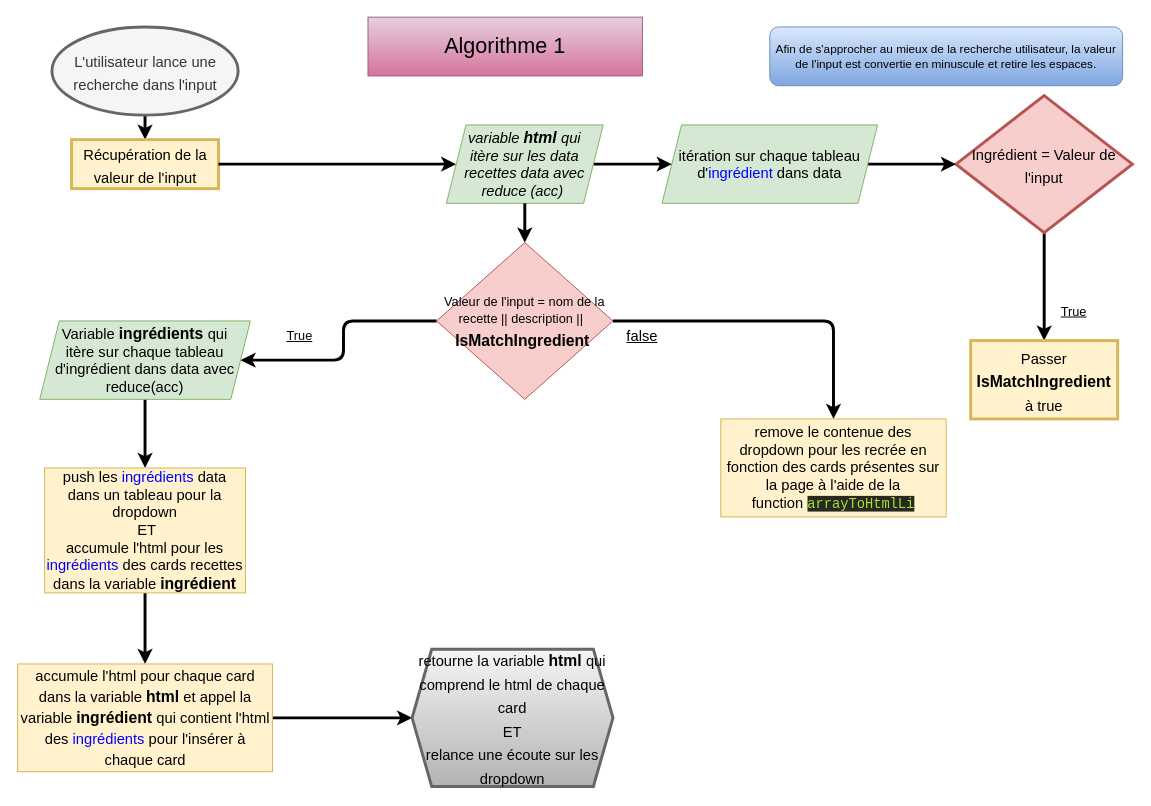
Above: page "Page-1" (1 of 2) of Untitled Diagram.drawio in kbosc/KevinBosc_7_21-10-2021 (draw.io), before the change. Source tidied: cells renumbered, new cells numbered last; positions are measured from the earlier drawing's top-left corner, leaving out a move shared by most shapes. Both pictures are drawn from the tidied source at 98%, with x=0, y=0 at pixel (17, 17).
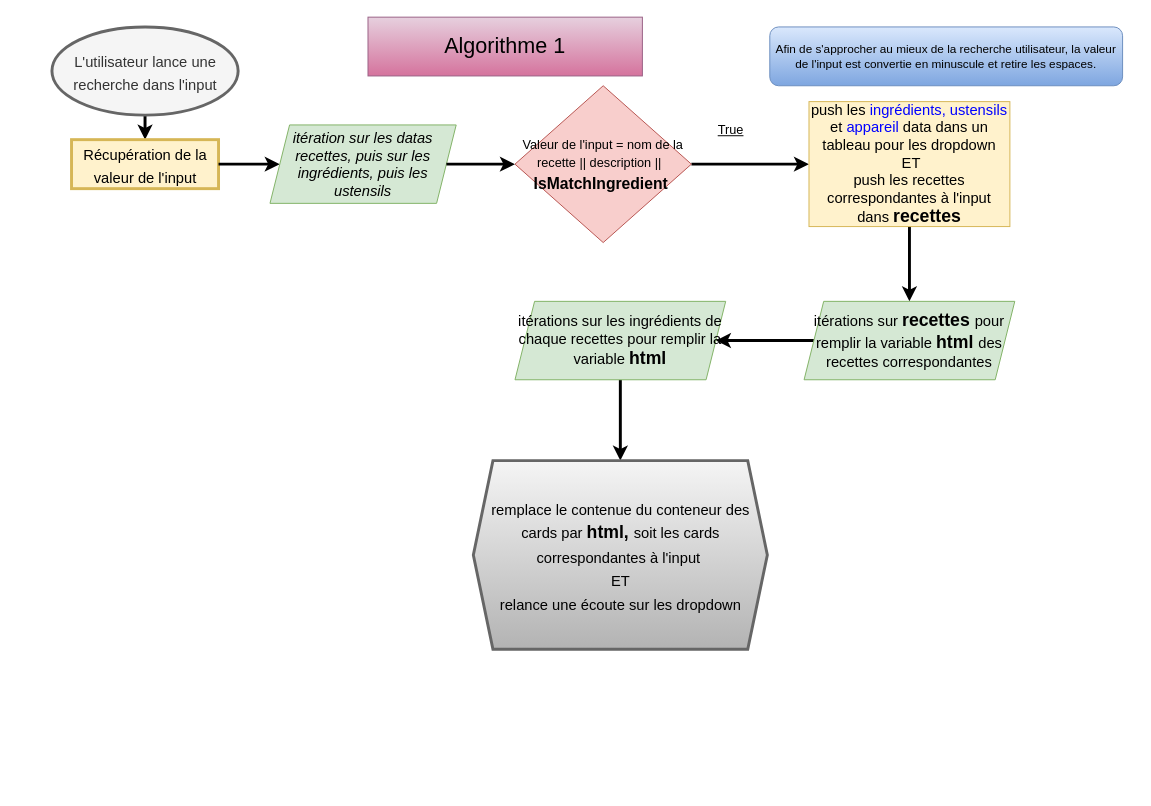
After the change.

Change to the diagram source:
```diff
@@
-    <mxCell id="6" style="edgeStyle=orthogonalEdgeStyle;rounded=1;jettySize=auto;html=1;fontSize=15;strokeWidth=3;" parent="1" edge="1" source="7" target="26">
-      <mxGeometry relative="1" as="geometry" />
-    </mxCell>
-    <mxCell id="7" value="&lt;font style=&quot;font-size: 15px&quot;&gt;Ingrédient = Valeur de l'input&lt;/font&gt;" style="rhombus;whiteSpace=wrap;html=1;rounded=0;fontSize=20;strokeWidth=3;fillColor=#f8cecc;strokeColor=#b85450;" parent="1" vertex="1">
-      <mxGeometry x="958" y="80" width="180" height="140" as="geometry" />
-    </mxCell>
-    <mxCell id="8" style="edgeStyle=orthogonalEdgeStyle;jettySize=auto;html=1;fontSize=13;strokeWidth=3;" parent="1" edge="1" source="9" target="7">
-      <mxGeometry relative="1" as="geometry" />
-    </mxCell>
-    <mxCell id="9" value="itération sur chaque tableau d'&lt;font color=&quot;#0000ff&quot;&gt;ingrédient&lt;/font&gt; dans data" style="shape=parallelogram;perimeter=parallelogramPerimeter;whiteSpace=wrap;html=1;fixedSize=1;fontSize=15;fillColor=#d5e8d4;strokeColor=#82b366;" parent="1" vertex="1">
-      <mxGeometry x="658" y="110" width="220" height="80" as="geometry" />
-    </mxCell>
-    <mxCell id="10" style="edgeStyle=orthogonalEdgeStyle;jettySize=auto;html=1;fontSize=15;strokeWidth=3;" parent="1" edge="1" source="12" target="9">
-      <mxGeometry relative="1" as="geometry" />
-    </mxCell>
@@
-    <mxCell id="12" value="&lt;i&gt;variable &lt;b&gt;&lt;font style=&quot;font-size: 16px&quot;&gt;html &lt;/font&gt;&lt;/b&gt;qui itère&amp;nbsp;sur les data recettes data avec reduce (acc)&amp;nbsp;&lt;/i&gt;" style="shape=parallelogram;perimeter=parallelogramPerimeter;whiteSpace=wrap;html=1;fixedSize=1;fontSize=15;fillColor=#d5e8d4;strokeColor=#82b366;" parent="1" vertex="1">
-      <mxGeometry x="438" y="110" width="160" height="80" as="geometry" />
+    <mxCell id="12" value="&lt;i&gt;itération sur les datas recettes, puis sur les ingrédients, puis les ustensils&lt;/i&gt;" style="shape=parallelogram;perimeter=parallelogramPerimeter;whiteSpace=wrap;html=1;fixedSize=1;fontSize=15;fillColor=#d5e8d4;strokeColor=#82b366;" parent="1" vertex="1">
+      <mxGeometry x="258" y="110" width="190" height="80" as="geometry" />
     </mxCell>
@@
-    <mxCell id="14" style="edgeStyle=orthogonalEdgeStyle;rounded=1;jettySize=auto;html=1;fontSize=18;strokeWidth=3;" parent="1" edge="1" source="16" target="19">
-      <mxGeometry relative="1" as="geometry" />
-    </mxCell>
-    <mxCell id="15" style="edgeStyle=orthogonalEdgeStyle;rounded=1;jettySize=auto;html=1;fontSize=15;strokeWidth=3;" parent="1" edge="1" source="16" target="24">
-      <mxGeometry relative="1" as="geometry" />
-    </mxCell>
+    <mxCell id="30" style="edgeStyle=orthogonalEdgeStyle;rounded=1;jettySize=auto;html=1;fontSize=18;fontColor=#000000;strokeWidth=3;" parent="1" edge="1" source="16" target="32">
+      <mxGeometry relative="1" as="geometry" />
+    </mxCell>
     <mxCell id="16" value="&lt;div&gt;&lt;span style=&quot;font-size: 13px&quot;&gt;Valeur de l'input = nom de la recette || description ||&amp;nbsp;&amp;nbsp;&lt;/span&gt;&lt;/div&gt;&lt;b style=&quot;font-size: 20px&quot;&gt;&lt;font style=&quot;font-size: 16px&quot;&gt;IsMatchIngredient&lt;/font&gt;&lt;/b&gt;&amp;nbsp;" style="rhombus;whiteSpace=wrap;html=1;fontSize=15;align=center;fillColor=#f8cecc;strokeColor=#b85450;" parent="1" vertex="1">
-      <mxGeometry x="428" y="230" width="180" height="160" as="geometry" />
+      <mxGeometry x="508" y="70" width="180" height="160" as="geometry" />
     </mxCell>
     <mxCell id="17" value="&lt;u&gt;True&lt;/u&gt;" style="text;html=1;align=center;verticalAlign=middle;strokeColor=none;fillColor=none;fontSize=13;" parent="1" vertex="1">
-      <mxGeometry x="268" y="315" width="40" height="20" as="geometry" />
+      <mxGeometry x="708" y="105" width="40" height="20" as="geometry" />
     </mxCell>
-    <mxCell id="18" style="edgeStyle=orthogonalEdgeStyle;jettySize=auto;html=1;fontSize=13;strokeWidth=3;" parent="1" edge="1" source="19">
-      <mxGeometry relative="1" as="geometry">
-        <mxPoint x="130.5" y="460" as="targetPoint" />
-      </mxGeometry>
-    </mxCell>
-    <mxCell id="19" value="Variable &lt;b&gt;&lt;font style=&quot;font-size: 16px&quot;&gt;ingrédients&amp;nbsp;&lt;/font&gt;&lt;/b&gt;qui itère&amp;nbsp;sur chaque tableau d'ingrédient dans data avec reduce(acc)" style="shape=parallelogram;perimeter=parallelogramPerimeter;whiteSpace=wrap;html=1;fixedSize=1;fontSize=15;strokeColor=#82b366;fillColor=#d5e8d4;" parent="1" vertex="1">
-      <mxGeometry x="23" y="310" width="215" height="80" as="geometry" />
-    </mxCell>
-    <mxCell id="20" style="edgeStyle=orthogonalEdgeStyle;rounded=1;jettySize=auto;html=1;strokeWidth=3;" parent="1" edge="1" source="21" target="23">
-      <mxGeometry relative="1" as="geometry" />
-    </mxCell>
-    <mxCell id="21" value="push les &lt;font color=&quot;#0000ff&quot;&gt;ingrédients &lt;/font&gt;data dans un tableau pour la dropdown&lt;br&gt;&amp;nbsp;ET&lt;br&gt;accumule l'html pour les &lt;font color=&quot;#0000ff&quot;&gt;ingrédients &lt;/font&gt;des cards recettes dans la variable &lt;b&gt;&lt;font style=&quot;font-size: 16px&quot;&gt;ingrédient&lt;/font&gt;&lt;/b&gt;" style="whiteSpace=wrap;html=1;fontSize=15;strokeColor=#d6b656;fillColor=#fff2cc;" parent="1" vertex="1">
-      <mxGeometry x="28" y="460" width="205" height="127.5" as="geometry" />
-    </mxCell>
-    <mxCell id="22" style="edgeStyle=orthogonalEdgeStyle;rounded=1;jettySize=auto;html=1;strokeWidth=3;" parent="1" edge="1" source="23" target="27">
-      <mxGeometry relative="1" as="geometry" />
-    </mxCell>
-    <mxCell id="23" value="&lt;font&gt;&lt;span style=&quot;font-size: 15px&quot;&gt;accumule l'html pour chaque card dans la variable &lt;/span&gt;&lt;b&gt;&lt;font style=&quot;font-size: 16px&quot;&gt;html &lt;/font&gt;&lt;/b&gt;&lt;span style=&quot;font-size: 15px&quot;&gt;et appel la variable &lt;/span&gt;&lt;b&gt;&lt;font style=&quot;font-size: 16px&quot;&gt;ingrédient &lt;/font&gt;&lt;/b&gt;&lt;span style=&quot;font-size: 15px&quot;&gt;qui contient l'html des &lt;font color=&quot;#0000ff&quot;&gt;ingrédients &lt;/font&gt;pour l'insérer à chaque card&lt;/span&gt;&lt;/font&gt;" style="rounded=0;whiteSpace=wrap;html=1;fontSize=18;align=center;fillColor=#fff2cc;strokeColor=#d6b656;" parent="1" vertex="1">
-      <mxGeometry x="0.5" y="660" width="260" height="110" as="geometry" />
-    </mxCell>
-    <mxCell id="24" value="remove le contenue des dropdown pour les recrée en fonction des cards présentes sur la page à l'aide de la function&amp;nbsp;&lt;span style=&quot;color: rgb(166 , 226 , 46) ; background-color: rgb(39 , 40 , 34) ; font-family: &amp;#34;consolas&amp;#34; , &amp;#34;courier new&amp;#34; , monospace ; font-size: 14px&quot;&gt;arrayToHtmlLi&lt;/span&gt;" style="whiteSpace=wrap;html=1;fontSize=15;strokeColor=#d6b656;fillColor=#fff2cc;" parent="1" vertex="1">
-      <mxGeometry x="718" y="410" width="230" height="100" as="geometry" />
-    </mxCell>
-    <mxCell id="25" value="&lt;u&gt;false&lt;/u&gt;" style="text;html=1;strokeColor=none;fillColor=none;align=center;verticalAlign=middle;whiteSpace=wrap;rounded=0;fontSize=15;" parent="1" vertex="1">
-      <mxGeometry x="608" y="310" width="60" height="30" as="geometry" />
-    </mxCell>
-    <mxCell id="26" value="&lt;font&gt;&lt;span style=&quot;font-size: 15px&quot;&gt;Passer &lt;/span&gt;&lt;b&gt;&lt;font style=&quot;font-size: 16px&quot;&gt;IsMatchIngredient&lt;/font&gt;&lt;/b&gt;&lt;span style=&quot;font-size: 15px&quot;&gt; à true&lt;/span&gt;&lt;/font&gt;" style="whiteSpace=wrap;html=1;rounded=0;fontSize=20;strokeColor=#d6b656;strokeWidth=3;fillColor=#fff2cc;" parent="1" vertex="1">
-      <mxGeometry x="973" y="330" width="150" height="80" as="geometry" />
-    </mxCell>
-    <mxCell id="27" value="&lt;font&gt;&lt;span style=&quot;font-size: 15px&quot;&gt;retourne la variable &lt;/span&gt;&lt;b&gt;&lt;font style=&quot;font-size: 16px&quot;&gt;html &lt;/font&gt;&lt;/b&gt;&lt;span style=&quot;font-size: 15px&quot;&gt;qui comprend le html de chaque card&lt;br&gt;ET&lt;br&gt;relance une écoute sur les dropdown&lt;br&gt;&lt;/span&gt;&lt;/font&gt;" style="shape=hexagon;perimeter=hexagonPerimeter2;whiteSpace=wrap;html=1;fixedSize=1;rounded=0;fontSize=20;strokeWidth=3;fillColor=#f5f5f5;gradientColor=#b3b3b3;strokeColor=#666666;" parent="1" vertex="1">
-      <mxGeometry x="403" y="645" width="205" height="140" as="geometry" />
-    </mxCell>
@@
-    <mxCell id="29" value="&lt;u&gt;True&lt;/u&gt;" style="text;html=1;align=center;verticalAlign=middle;strokeColor=none;fillColor=none;fontSize=13;" parent="1" vertex="1">
-      <mxGeometry x="1058" y="290" width="40" height="20" as="geometry" />
-    </mxCell>
+    <mxCell id="31" style="edgeStyle=orthogonalEdgeStyle;rounded=1;jettySize=auto;html=1;fontSize=18;fontColor=#000000;strokeWidth=3;" parent="1" edge="1" source="32" target="34">
+      <mxGeometry relative="1" as="geometry" />
+    </mxCell>
+    <mxCell id="32" value="push les &lt;font color=&quot;#0000ff&quot;&gt;ingrédients, ustensils &lt;/font&gt;et &lt;font color=&quot;#0000ff&quot;&gt;appareil&amp;nbsp;&lt;/font&gt;data dans un tableau pour les dropdown&lt;br&gt;&amp;nbsp;ET&lt;br&gt;push les recettes correspondantes à l'input dans &lt;b&gt;&lt;font style=&quot;font-size: 18px&quot;&gt;recettes&lt;/font&gt;&lt;/b&gt;" style="whiteSpace=wrap;html=1;fontSize=15;strokeColor=#d6b656;fillColor=#fff2cc;" parent="1" vertex="1">
+      <mxGeometry x="808" y="86.2" width="205" height="127.5" as="geometry" />
+    </mxCell>
+    <mxCell id="33" style="edgeStyle=orthogonalEdgeStyle;rounded=1;jettySize=auto;html=1;fontSize=18;fontColor=#000000;strokeWidth=3;" parent="1" edge="1" source="34" target="36">
+      <mxGeometry relative="1" as="geometry" />
+    </mxCell>
+    <mxCell id="34" value="itérations sur &lt;b&gt;&lt;font style=&quot;font-size: 18px&quot;&gt;recettes &lt;/font&gt;&lt;/b&gt;pour remplir la variable &lt;b&gt;&lt;font style=&quot;font-size: 18px&quot;&gt;html &lt;/font&gt;&lt;/b&gt;des recettes correspondantes" style="shape=parallelogram;perimeter=parallelogramPerimeter;whiteSpace=wrap;html=1;fixedSize=1;fontSize=15;strokeColor=#82b366;fillColor=#d5e8d4;" parent="1" vertex="1">
+      <mxGeometry x="803" y="290" width="215" height="80" as="geometry" />
+    </mxCell>
+    <mxCell id="35" style="edgeStyle=orthogonalEdgeStyle;rounded=1;jettySize=auto;html=1;fontSize=18;fontColor=#000000;strokeWidth=3;" parent="1" edge="1" source="36" target="37">
+      <mxGeometry relative="1" as="geometry" />
+    </mxCell>
+    <mxCell id="36" value="itérations sur les ingrédients de chaque recettes pour remplir la variable &lt;b&gt;&lt;font style=&quot;font-size: 18px&quot;&gt;html&lt;/font&gt;&lt;/b&gt;" style="shape=parallelogram;perimeter=parallelogramPerimeter;whiteSpace=wrap;html=1;fixedSize=1;fontSize=15;strokeColor=#82b366;fillColor=#d5e8d4;" parent="1" vertex="1">
+      <mxGeometry x="508" y="290" width="215" height="80" as="geometry" />
+    </mxCell>
+    <mxCell id="37" value="&lt;font&gt;&lt;span style=&quot;font-size: 15px&quot;&gt;remplace le contenue du conteneur des cards par &lt;/span&gt;&lt;b&gt;&lt;font style=&quot;font-size: 18px&quot;&gt;html,&amp;nbsp;&lt;/font&gt;&lt;/b&gt;&lt;span style=&quot;font-size: 15px&quot;&gt;soit les cards correspondantes à l'input&amp;nbsp;&lt;/span&gt;&lt;br&gt;&lt;span style=&quot;font-size: 15px&quot;&gt;ET&lt;/span&gt;&lt;br&gt;&lt;span style=&quot;font-size: 15px&quot;&gt;relance une écoute sur les dropdown&lt;/span&gt;&lt;br&gt;&lt;/font&gt;" style="shape=hexagon;perimeter=hexagonPerimeter2;whiteSpace=wrap;html=1;fixedSize=1;rounded=0;fontSize=20;strokeWidth=3;fillColor=#f5f5f5;gradientColor=#b3b3b3;strokeColor=#666666;" parent="1" vertex="1">
+      <mxGeometry x="465.5" y="452.5" width="300" height="192.5" as="geometry" />
+    </mxCell>
```
